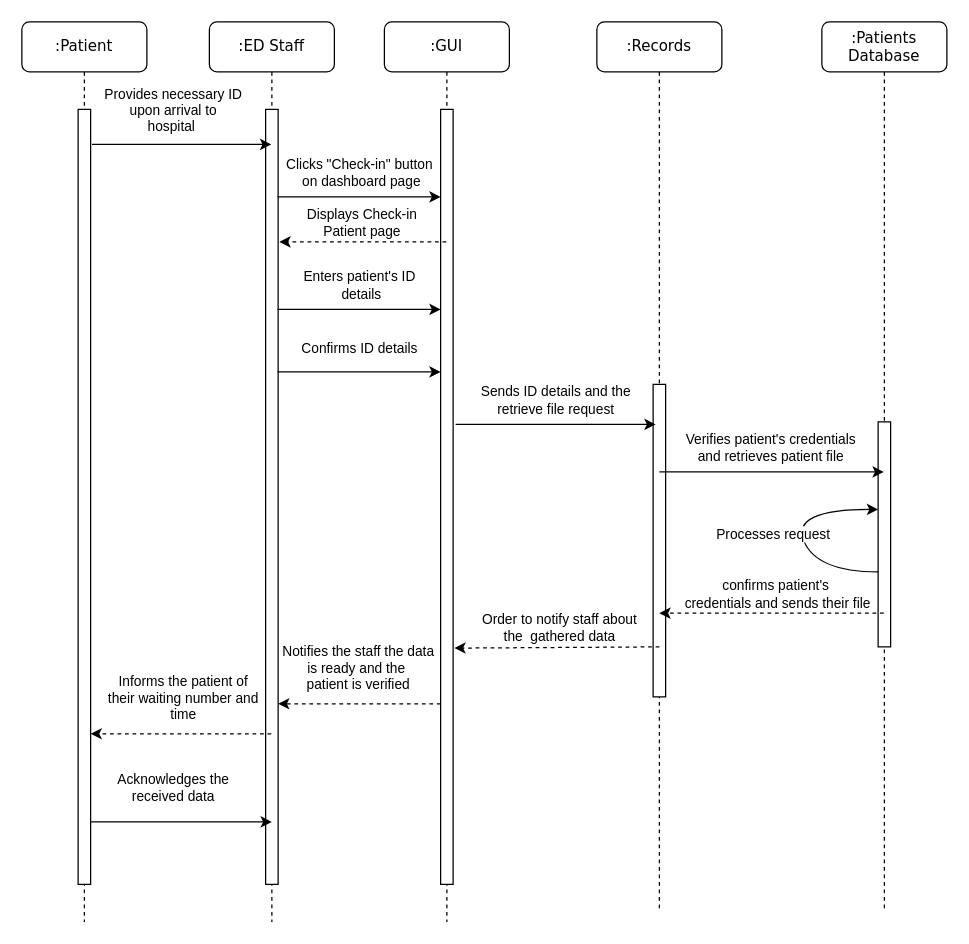
SENG-350-2024-fall/Team-6 keeps this draw.io diagram as Project Milestone 2/Sequence_6.drawio. Above is the earlier version. Source tidied: cells renumbered, new cells numbered last; positions are measured from the earlier drawing's top-left corner, leaving out a move shared by most shapes. Both pictures are drawn from the tidied source at 125%, with x=0, y=0 at pixel (21, 21).
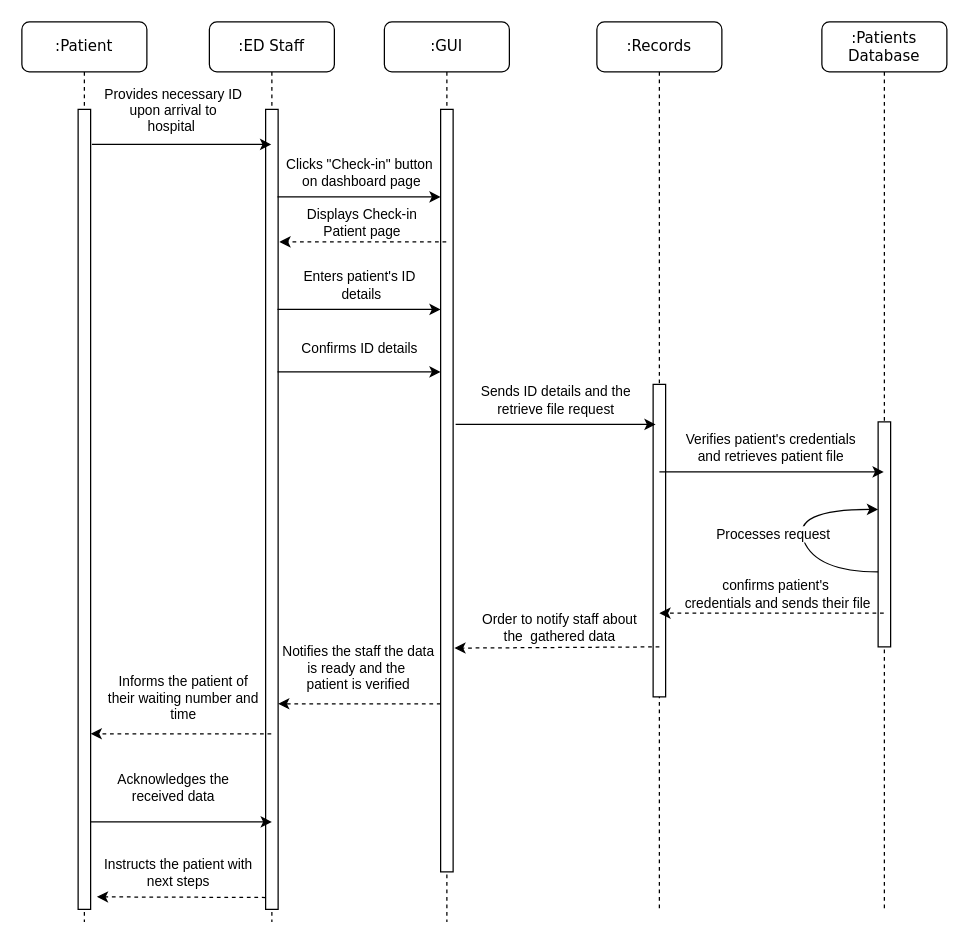
After the change.

Unchanged cells that the change refers to:
```xml
<mxCell id="2" value=":ED Staff" style="shape=umlLifeline;perimeter=lifelinePerimeter;whiteSpace=wrap;html=1;outlineConnect=0;rounded=1;shadow=0;comic=0;labelBackgroundColor=none;strokeWidth=1;fontFamily=Verdana;fontSize=12;align=center;" parent="1" vertex="1">
  <mxGeometry x="150" width="100" height="720" as="geometry" />
</mxCell>
<mxCell id="6" value=":GUI" style="shape=umlLifeline;perimeter=lifelinePerimeter;whiteSpace=wrap;html=1;rounded=1;shadow=0;comic=0;labelBackgroundColor=none;strokeWidth=1;fontFamily=Verdana;fontSize=12;align=center;" parent="1" vertex="1">
  <mxGeometry x="290" width="100" height="720" as="geometry" />
</mxCell>
<mxCell id="12" value=":Patient" style="shape=umlLifeline;perimeter=lifelinePerimeter;whiteSpace=wrap;html=1;rounded=1;shadow=0;comic=0;labelBackgroundColor=none;strokeWidth=1;fontFamily=Verdana;fontSize=12;align=center;" parent="1" vertex="1">
  <mxGeometry width="100" height="720" as="geometry" />
</mxCell>
```

Diff of the diagram source:
```diff
@@
     <mxCell id="3" style="html=1;perimeter=orthogonalPerimeter;rounded=0;shadow=0;comic=0;labelBackgroundColor=none;strokeWidth=1;fontFamily=Verdana;fontSize=12;align=center;" parent="2" vertex="1">
-      <mxGeometry x="45" y="70" width="10" height="620" as="geometry" />
+      <mxGeometry x="45" y="70" width="10" height="640" as="geometry" />
     </mxCell>
@@
+    <mxCell id="38" style="html=1;labelBackgroundColor=#ffffff;startArrow=none;startFill=0;startSize=6;endArrow=classic;endFill=1;endSize=6;jettySize=auto;orthogonalLoop=1;strokeWidth=1;dashed=1;fontSize=14;rounded=0;" parent="2" edge="1">
+      <mxGeometry relative="1" as="geometry">
+        <mxPoint x="45" y="700.5" as="sourcePoint" />
+        <mxPoint x="-90" y="700" as="targetPoint" />
+      </mxGeometry>
+    </mxCell>
+    <mxCell id="39" value="Instructs the patient with&lt;div&gt;next steps&lt;/div&gt;" style="edgeLabel;html=1;align=center;verticalAlign=middle;" parent="38" vertex="1">
+      <mxGeometry x="-0.2" relative="1" as="geometry">
+        <mxPoint x="-17" y="-20" as="offset" />
+      </mxGeometry>
+    </mxCell>
@@
     <mxCell id="7" style="html=1;perimeter=orthogonalPerimeter;rounded=0;shadow=0;comic=0;labelBackgroundColor=none;strokeWidth=1;fontFamily=Verdana;fontSize=12;align=center;" parent="6" vertex="1">
-      <mxGeometry x="45" y="70" width="10" height="620" as="geometry" />
+      <mxGeometry x="45" y="70" width="10" height="610" as="geometry" />
     </mxCell>
@@
     <mxCell id="13" style="html=1;perimeter=orthogonalPerimeter;rounded=0;shadow=0;comic=0;labelBackgroundColor=none;strokeWidth=1;fontFamily=Verdana;fontSize=12;align=center;" parent="12" vertex="1">
-      <mxGeometry x="45" y="70" width="10" height="620" as="geometry" />
+      <mxGeometry x="45" y="70" width="10" height="640" as="geometry" />
     </mxCell>
```
